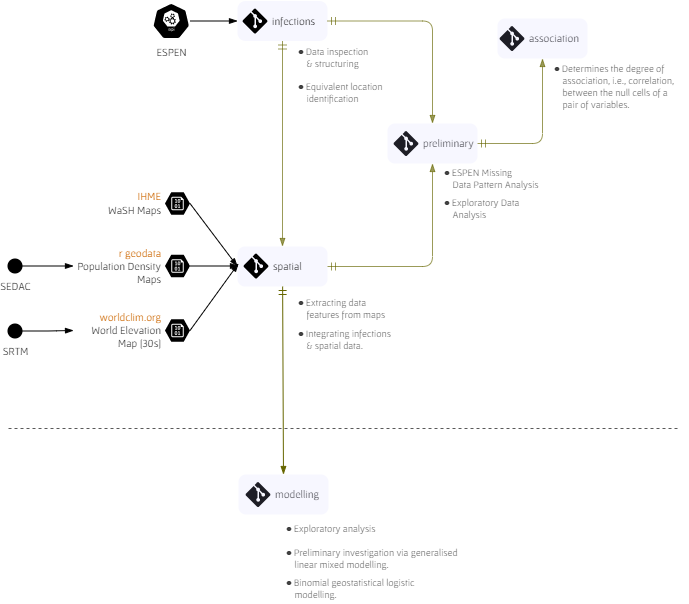
The draw.io diagram assets/images/flow.png in helminthiases/helminthiases.github.io, before a commit. Source tidied: cells renumbered, new cells last; positions are measured from the earlier drawing's top-left corner, leaving out a move shared by most shapes.
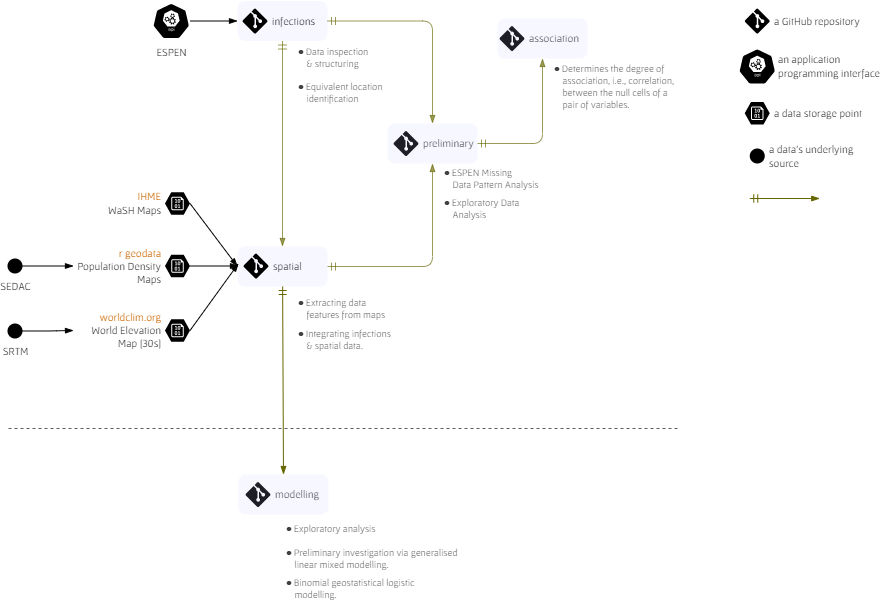
Above is the later version.

The edit, as a diff of the source:
```diff
@@ -11,6 +11,24 @@
         <mxPoint x="671" y="428" as="targetPoint" />
       </mxGeometry>
     </mxCell>
+    <mxCell id="47" value="a GitHub repository" style="verticalLabelPosition=middle;html=1;verticalAlign=middle;align=left;strokeColor=none;fillColor=#000000;shape=mxgraph.azure.git_repository;shadow=0;rotation=0;labelPosition=right;spacingRight=1;spacing=5;fontFamily=Gafata;fontSize=11;" parent="1" vertex="1">
+      <mxGeometry x="737.2" y="8" width="25" height="25" as="geometry" />
+    </mxCell>
+    <mxCell id="48" value="an application&lt;br&gt;programming&amp;nbsp;interface" style="sketch=0;html=1;dashed=0;whitespace=wrap;fillColor=#000000;strokeColor=#ffffff;shape=mxgraph.kubernetes.icon;prIcon=api;labelPosition=right;verticalLabelPosition=middle;align=left;verticalAlign=middle;fontFamily=Gafata;fontSize=11;rotation=0;" parent="1" vertex="1">
+      <mxGeometry x="731" y="48" width="37.5" height="36" as="geometry" />
+    </mxCell>
+    <mxCell id="49" value="a data storage point" style="verticalLabelPosition=middle;html=1;verticalAlign=middle;align=left;strokeColor=none;fillColor=#000000;shape=mxgraph.azure.storage_blob;shadow=0;fontFamily=Gafata;fontSize=11;fontColor=#000000;rotation=0;labelPosition=right;spacing=5;" parent="1" vertex="1">
+      <mxGeometry x="737.2" y="101.5" width="25" height="22.5" as="geometry" />
+    </mxCell>
+    <mxCell id="50" value="a data's underlying&lt;br&gt;source" style="shape=ellipse;html=1;dashed=0;whitespace=wrap;perimeter=ellipsePerimeter;shadow=0;sketch=0;strokeColor=none;strokeWidth=1;fontFamily=Gafata;fontSize=11;fontColor=#000000;fillColor=#000000;rotation=0;labelPosition=right;verticalLabelPosition=middle;align=left;verticalAlign=middle;spacing=5;" parent="1" vertex="1">
+      <mxGeometry x="742.2" y="148" width="15" height="15" as="geometry" />
+    </mxCell>
+    <mxCell id="51" style="edgeStyle=none;rounded=1;sketch=0;orthogonalLoop=1;jettySize=auto;html=1;shadow=0;strokeWidth=1;fontFamily=Gafata;fontSize=11;fontColor=#000000;startArrow=ERmandOne;startFill=0;endArrow=blockThin;endFill=1;elbow=vertical;strokeColor=#666600;" parent="1" edge="1">
+      <mxGeometry relative="1" as="geometry">
+        <mxPoint x="742.2" y="198" as="sourcePoint" />
+        <mxPoint x="812.2" y="198" as="targetPoint" />
+      </mxGeometry>
+    </mxCell>
     <mxCell id="4" value="output" parent="0" />
     <mxCell id="5" style="strokeColor=none;fillColor=#CCCCFF;shadow=0;strokeWidth=1;rounded=1;absoluteArcSize=1;arcSize=15;fontSize=12;fontColor=#9E9E9E;align=center;html=1;opacity=15;rotation=0;" parent="4" vertex="1">
       <mxGeometry x="230" y="246" width="90" height="40" as="geometry" />
```
